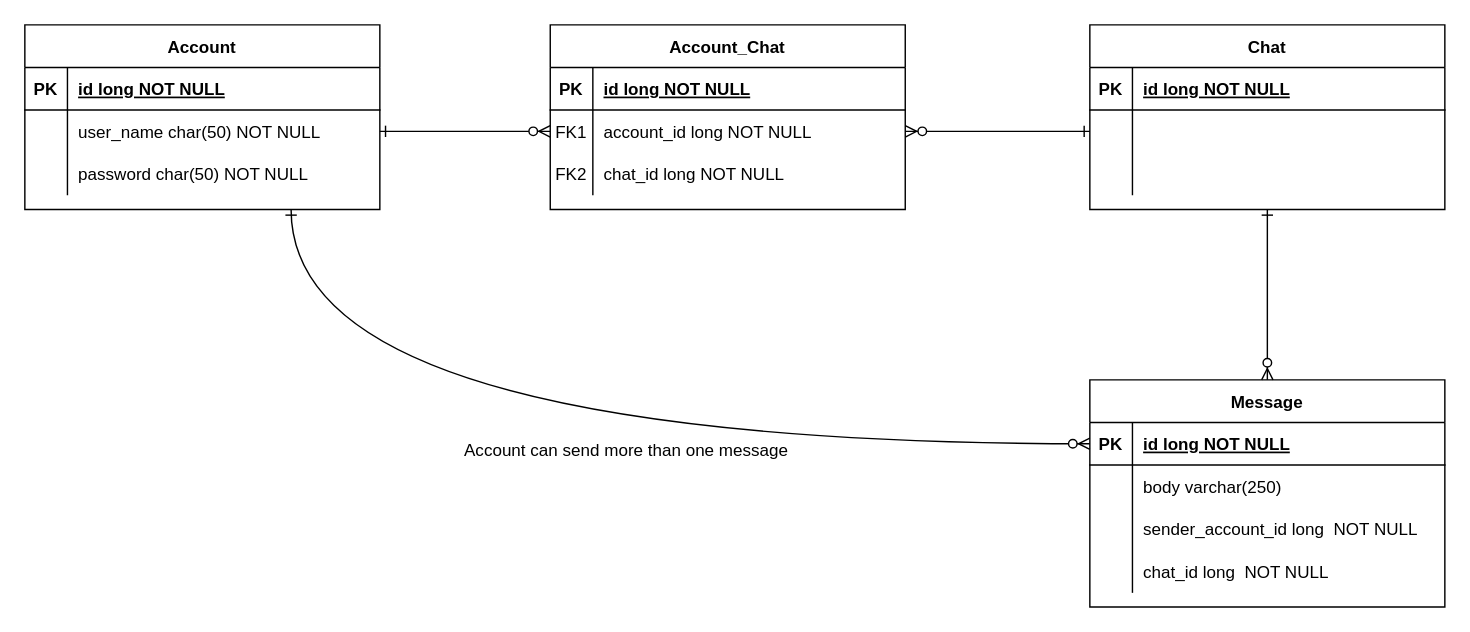
kutayyaman/ChatApplicationWithJavaSocketProgramming keeps this draw.io diagram as ERD.drawio. Above is the earlier version. Source tidied: cells renumbered, new cells numbered last; positions are measured from the earlier drawing's top-left corner, leaving out a move shared by most shapes. Both pictures are drawn from the tidied source at 142%, with x=0, y=0 at pixel (24, 24).
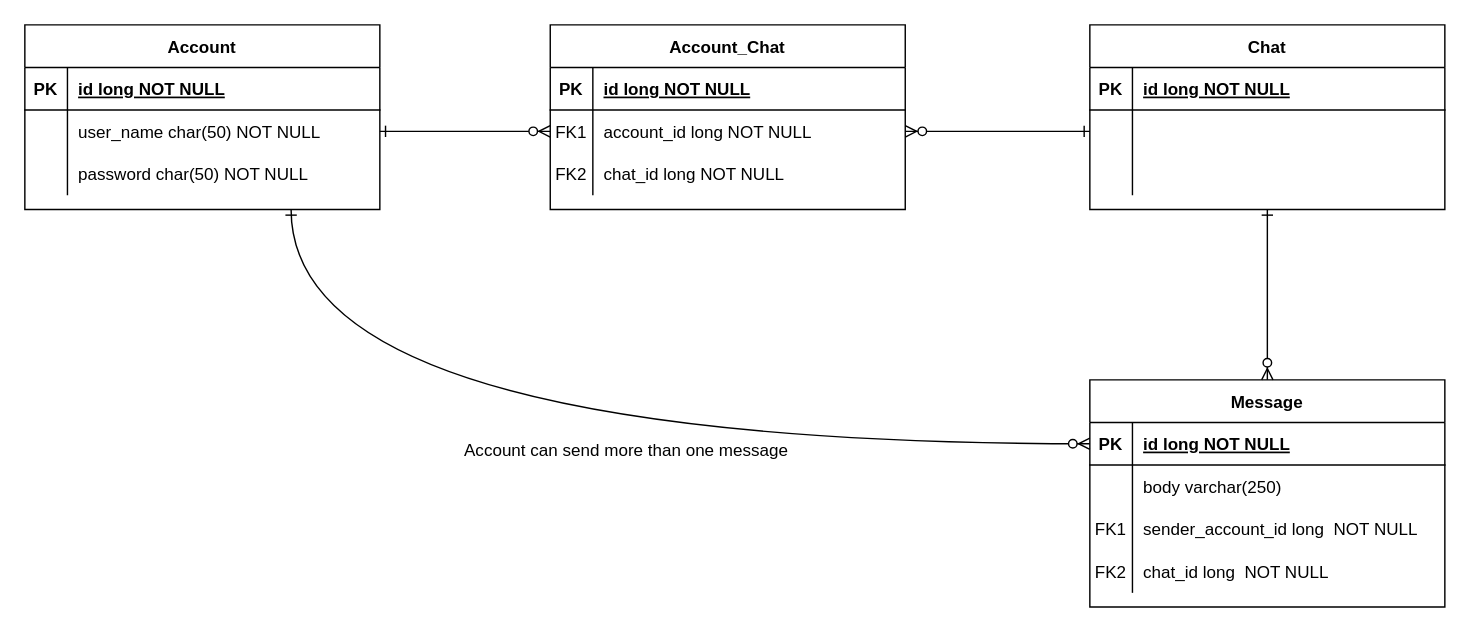
The same diagram, later.

Commit message (it also covers changes not shown here):
ERD has been updated again

Unchanged cells that the change refers to:
```xml
<mxCell id="41" style="shape=partialRectangle;fillColor=none;top=0;left=0;right=0;bottom=0;" parent="34" vertex="1">
  <mxGeometry y="90" width="250" height="30" as="geometry" />
</mxCell>
<mxCell id="44" style="shape=partialRectangle;fillColor=none;top=0;left=0;right=0;bottom=0;" parent="34" vertex="1">
  <mxGeometry y="120" width="250" height="30" as="geometry" />
</mxCell>
```

The edit, as a diff of the source:
```diff
@@
-    <mxCell id="42" style="shape=partialRectangle;overflow=hidden;fillColor=none;top=0;left=0;bottom=0;right=0;" parent="41" vertex="1">
+    <mxCell id="42" value="FK1" style="shape=partialRectangle;overflow=hidden;fillColor=none;top=0;left=0;bottom=0;right=0;" parent="41" vertex="1">
       <mxGeometry width="30" height="30" as="geometry" />
     </mxCell>
@@
-    <mxCell id="45" style="shape=partialRectangle;overflow=hidden;fillColor=none;top=0;left=0;bottom=0;right=0;" parent="44" vertex="1">
+    <mxCell id="45" value="FK2" style="shape=partialRectangle;overflow=hidden;fillColor=none;top=0;left=0;bottom=0;right=0;" parent="44" vertex="1">
       <mxGeometry width="30" height="30" as="geometry" />
     </mxCell>
```
